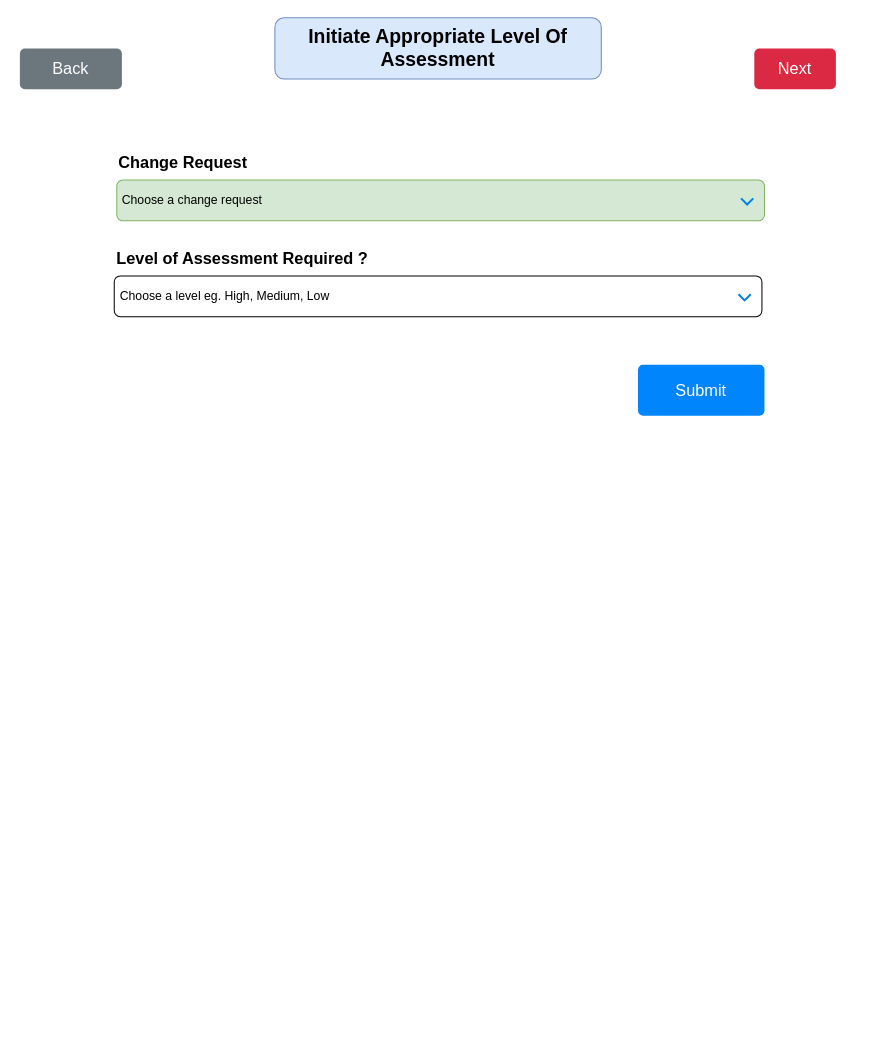
AvikM1996/draw.io keeps this draw.io diagram as page "Initiate Appropriate Level of Assessment" (7 of 9) of SQE.drawio. Above is the earlier version. Source tidied: cells renumbered, new cells numbered last; positions are measured from the earlier drawing's top-left corner, leaving out a move shared by most shapes. Both pictures are drawn from the tidied source at 102%, with x=0, y=0 at pixel (19, 17).
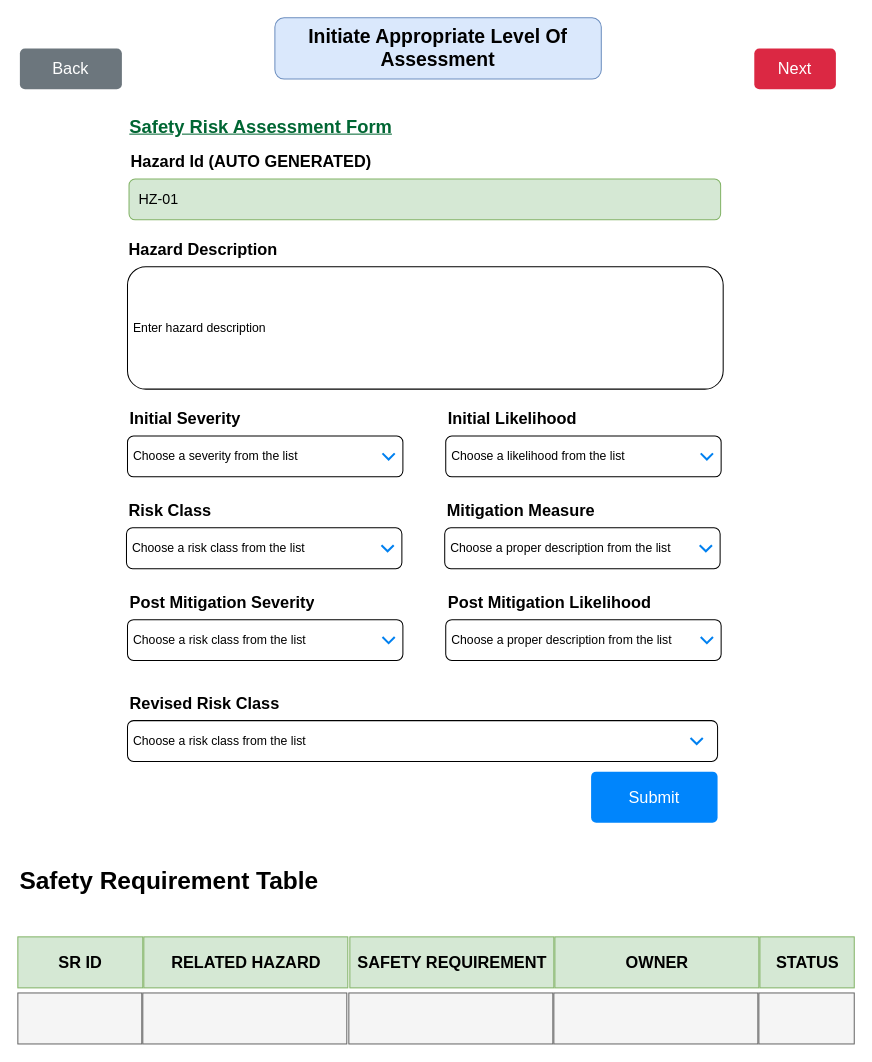
The same diagram, later.

The edit, as a diff of the source:
```diff
@@
-    <mxCell id="5" value="&lt;h1 style=&quot;margin-top: 0px;&quot;&gt;&lt;span style=&quot;font-size: 16px;&quot;&gt;Change Request&lt;/span&gt;&lt;/h1&gt;" style="text;html=1;whiteSpace=wrap;overflow=hidden;rounded=0;" parent="1" vertex="1">
-      <mxGeometry x="95" y="119" width="580" height="101" as="geometry" />
-    </mxCell>
-    <mxCell id="6" value="&amp;nbsp;Choose a change request" style="rounded=1;whiteSpace=wrap;html=1;align=left;fillColor=#d5e8d4;strokeColor=#82b366;" parent="1" vertex="1">
-      <mxGeometry x="95" y="159" width="635" height="40" as="geometry" />
-    </mxCell>
-    <mxCell id="7" style="html=1;verticalLabelPosition=bottom;labelBackgroundColor=#ffffff;verticalAlign=top;shadow=0;dashed=0;strokeWidth=2;shape=mxgraph.ios7.misc.down;strokeColor=#0080f0;" parent="1" vertex="1">
-      <mxGeometry x="707" y="177" width="12" height="6" as="geometry" />
-    </mxCell>
-    <mxCell id="8" value="&lt;h1 style=&quot;margin-top: 0px;&quot;&gt;&lt;span style=&quot;font-size: 16px;&quot;&gt;Level of Assessment Required ?&lt;/span&gt;&lt;/h1&gt;" style="text;html=1;whiteSpace=wrap;overflow=hidden;rounded=0;" parent="1" vertex="1">
-      <mxGeometry x="92.5" y="213" width="580" height="101" as="geometry" />
-    </mxCell>
-    <mxCell id="9" value="&amp;nbsp;Choose a level eg. High, Medium, Low" style="rounded=1;whiteSpace=wrap;html=1;align=left;" parent="1" vertex="1">
-      <mxGeometry x="92.5" y="253" width="635" height="40" as="geometry" />
-    </mxCell>
-    <mxCell id="10" style="html=1;verticalLabelPosition=bottom;labelBackgroundColor=#ffffff;verticalAlign=top;shadow=0;dashed=0;strokeWidth=2;shape=mxgraph.ios7.misc.down;strokeColor=#0080f0;" parent="1" vertex="1">
-      <mxGeometry x="704.5" y="271" width="12" height="6" as="geometry" />
-    </mxCell>
+    <mxCell id="12" value="&lt;b&gt;&lt;font style=&quot;font-size: 18px; color: rgb(0, 102, 51);&quot;&gt;&lt;u style=&quot;&quot;&gt;Safety Risk Assessment Form&lt;/u&gt;&lt;/font&gt;&lt;/b&gt;" style="text;html=1;align=center;verticalAlign=middle;strokeColor=none;fillColor=none;" parent="1" vertex="1">
+      <mxGeometry x="95.5" y="87" width="280" height="40" as="geometry" />
+    </mxCell>
+    <mxCell id="13" value="&lt;h1 style=&quot;margin-top: 0px;&quot;&gt;&lt;span style=&quot;font-size: 16px;&quot;&gt;Revised Risk Class&lt;/span&gt;&lt;/h1&gt;" style="text;html=1;whiteSpace=wrap;overflow=hidden;rounded=0;" parent="1" vertex="1">
+      <mxGeometry x="105.5" y="649" width="310" height="90" as="geometry" />
+    </mxCell>
+    <mxCell id="14" value="&amp;nbsp;Choose a risk class from the list" style="rounded=1;whiteSpace=wrap;html=1;align=left;" parent="1" vertex="1">
+      <mxGeometry x="105.5" y="689" width="578.5" height="40" as="geometry" />
+    </mxCell>
+    <mxCell id="15" value="&lt;h1 style=&quot;margin-top: 0px;&quot;&gt;&lt;span style=&quot;font-size: 16px;&quot;&gt;Initial Severity&lt;/span&gt;&lt;/h1&gt;" style="text;html=1;whiteSpace=wrap;overflow=hidden;rounded=0;" parent="1" vertex="1">
+      <mxGeometry x="105.5" y="370" width="310" height="90" as="geometry" />
+    </mxCell>
+    <mxCell id="16" value="&amp;nbsp;Choose a severity from the list" style="rounded=1;whiteSpace=wrap;html=1;align=left;" parent="1" vertex="1">
+      <mxGeometry x="105.5" y="410" width="270" height="40" as="geometry" />
+    </mxCell>
+    <mxCell id="17" style="html=1;verticalLabelPosition=bottom;labelBackgroundColor=#ffffff;verticalAlign=top;shadow=0;dashed=0;strokeWidth=2;shape=mxgraph.ios7.misc.down;strokeColor=#0080f0;" parent="1" vertex="1">
+      <mxGeometry x="355.5" y="427" width="12" height="6" as="geometry" />
+    </mxCell>
+    <mxCell id="18" value="&lt;h1 style=&quot;margin-top: 0px;&quot;&gt;&lt;span style=&quot;font-size: 16px;&quot;&gt;Hazard Description&lt;/span&gt;&lt;/h1&gt;" style="text;html=1;whiteSpace=wrap;overflow=hidden;rounded=0;" parent="1" vertex="1">
+      <mxGeometry x="104.5" y="204" width="310" height="90" as="geometry" />
+    </mxCell>
+    <mxCell id="19" value="&amp;nbsp;Enter hazard description" style="rounded=1;whiteSpace=wrap;html=1;align=left;" parent="1" vertex="1">
+      <mxGeometry x="105.5" y="244" width="584" height="120" as="geometry" />
+    </mxCell>
     <mxCell id="11" value="Submit" style="html=1;shadow=0;dashed=0;shape=mxgraph.bootstrap.rrect;rSize=5;strokeColor=none;strokeWidth=1;fillColor=#0085FC;fontColor=#FFFFFF;whiteSpace=wrap;align=center;verticalAlign=middle;spacingLeft=0;fontStyle=0;fontSize=16;spacing=5;" parent="1" vertex="1">
-      <mxGeometry x="606" y="340" width="124" height="50" as="geometry" />
+      <mxGeometry x="560" y="739" width="124" height="50" as="geometry" />
     </mxCell>
+    <mxCell id="20" style="html=1;verticalLabelPosition=bottom;labelBackgroundColor=#ffffff;verticalAlign=top;shadow=0;dashed=0;strokeWidth=2;shape=mxgraph.ios7.misc.down;strokeColor=#0080f0;" parent="1" vertex="1">
+      <mxGeometry x="657.5" y="706" width="12" height="6" as="geometry" />
+    </mxCell>
+    <mxCell id="21" value="&lt;h1 style=&quot;margin-top: 0px;&quot;&gt;&lt;span style=&quot;font-size: 16px;&quot;&gt;Hazard Id (AUTO GENERATED)&lt;/span&gt;&lt;/h1&gt;" style="text;html=1;whiteSpace=wrap;overflow=hidden;rounded=0;" parent="1" vertex="1">
+      <mxGeometry x="107" y="118" width="580" height="101" as="geometry" />
+    </mxCell>
+    <mxCell id="22" value="&lt;font style=&quot;font-size: 14px;&quot;&gt;&amp;nbsp; HZ-01&lt;/font&gt;" style="rounded=1;whiteSpace=wrap;html=1;align=left;fillColor=#d5e8d4;strokeColor=#82b366;" parent="1" vertex="1">
+      <mxGeometry x="107" y="158" width="580" height="40" as="geometry" />
+    </mxCell>
+    <mxCell id="23" value="&lt;h1 style=&quot;margin-top: 0px;&quot;&gt;&lt;span style=&quot;font-size: 16px;&quot;&gt;Initial Likelihood&lt;/span&gt;&lt;/h1&gt;" style="text;html=1;whiteSpace=wrap;overflow=hidden;rounded=0;" parent="1" vertex="1">
+      <mxGeometry x="417.5" y="370" width="310" height="90" as="geometry" />
+    </mxCell>
+    <mxCell id="24" value="&amp;nbsp;Choose a likelihood from the list" style="rounded=1;whiteSpace=wrap;html=1;align=left;" parent="1" vertex="1">
+      <mxGeometry x="417.5" y="410" width="270" height="40" as="geometry" />
+    </mxCell>
+    <mxCell id="25" style="html=1;verticalLabelPosition=bottom;labelBackgroundColor=#ffffff;verticalAlign=top;shadow=0;dashed=0;strokeWidth=2;shape=mxgraph.ios7.misc.down;strokeColor=#0080f0;" parent="1" vertex="1">
+      <mxGeometry x="667.5" y="427" width="12" height="6" as="geometry" />
+    </mxCell>
+    <mxCell id="26" value="&lt;h1 style=&quot;margin-top: 0px;&quot;&gt;&lt;span style=&quot;font-size: 16px;&quot;&gt;Risk Class&lt;/span&gt;&lt;/h1&gt;" style="text;html=1;whiteSpace=wrap;overflow=hidden;rounded=0;" parent="1" vertex="1">
+      <mxGeometry x="104.5" y="460" width="310" height="90" as="geometry" />
+    </mxCell>
+    <mxCell id="27" value="&amp;nbsp;Choose a risk class from the list" style="rounded=1;whiteSpace=wrap;html=1;align=left;" parent="1" vertex="1">
+      <mxGeometry x="104.5" y="500" width="270" height="40" as="geometry" />
+    </mxCell>
+    <mxCell id="28" style="html=1;verticalLabelPosition=bottom;labelBackgroundColor=#ffffff;verticalAlign=top;shadow=0;dashed=0;strokeWidth=2;shape=mxgraph.ios7.misc.down;strokeColor=#0080f0;" parent="1" vertex="1">
+      <mxGeometry x="354.5" y="517" width="12" height="6" as="geometry" />
+    </mxCell>
+    <mxCell id="29" value="&lt;h1 style=&quot;margin-top: 0px;&quot;&gt;&lt;span style=&quot;font-size: 16px;&quot;&gt;Mitigation Measure&lt;/span&gt;&lt;/h1&gt;" style="text;html=1;whiteSpace=wrap;overflow=hidden;rounded=0;" parent="1" vertex="1">
+      <mxGeometry x="416.5" y="460" width="310" height="90" as="geometry" />
+    </mxCell>
+    <mxCell id="30" value="&amp;nbsp;Choose a proper description from the list" style="rounded=1;whiteSpace=wrap;html=1;align=left;" parent="1" vertex="1">
+      <mxGeometry x="416.5" y="500" width="270" height="40" as="geometry" />
+    </mxCell>
+    <mxCell id="31" style="html=1;verticalLabelPosition=bottom;labelBackgroundColor=#ffffff;verticalAlign=top;shadow=0;dashed=0;strokeWidth=2;shape=mxgraph.ios7.misc.down;strokeColor=#0080f0;" parent="1" vertex="1">
+      <mxGeometry x="666.5" y="517" width="12" height="6" as="geometry" />
+    </mxCell>
+    <mxCell id="32" value="&lt;h1 style=&quot;margin-top: 0px;&quot;&gt;&lt;span style=&quot;font-size: 16px;&quot;&gt;Post Mitigation Severity&lt;/span&gt;&lt;/h1&gt;" style="text;html=1;whiteSpace=wrap;overflow=hidden;rounded=0;" parent="1" vertex="1">
+      <mxGeometry x="105.5" y="550" width="310" height="90" as="geometry" />
+    </mxCell>
+    <mxCell id="33" value="&amp;nbsp;Choose a risk class from the list" style="rounded=1;whiteSpace=wrap;html=1;align=left;" parent="1" vertex="1">
+      <mxGeometry x="105.5" y="590" width="270" height="40" as="geometry" />
+    </mxCell>
+    <mxCell id="34" style="html=1;verticalLabelPosition=bottom;labelBackgroundColor=#ffffff;verticalAlign=top;shadow=0;dashed=0;strokeWidth=2;shape=mxgraph.ios7.misc.down;strokeColor=#0080f0;" parent="1" vertex="1">
+      <mxGeometry x="355.5" y="607" width="12" height="6" as="geometry" />
+    </mxCell>
+    <mxCell id="35" value="&lt;h1 style=&quot;margin-top: 0px;&quot;&gt;&lt;span style=&quot;font-size: 16px;&quot;&gt;Post Mitigation Likelihood&lt;/span&gt;&lt;/h1&gt;" style="text;html=1;whiteSpace=wrap;overflow=hidden;rounded=0;" parent="1" vertex="1">
+      <mxGeometry x="417.5" y="550" width="310" height="90" as="geometry" />
+    </mxCell>
+    <mxCell id="36" value="&amp;nbsp;Choose a proper description from the list" style="rounded=1;whiteSpace=wrap;html=1;align=left;" parent="1" vertex="1">
+      <mxGeometry x="417.5" y="590" width="270" height="40" as="geometry" />
+    </mxCell>
+    <mxCell id="37" style="html=1;verticalLabelPosition=bottom;labelBackgroundColor=#ffffff;verticalAlign=top;shadow=0;dashed=0;strokeWidth=2;shape=mxgraph.ios7.misc.down;strokeColor=#0080f0;" parent="1" vertex="1">
+      <mxGeometry x="667.5" y="607" width="12" height="6" as="geometry" />
+    </mxCell>
+    <mxCell id="38" value="&lt;h1 style=&quot;margin-top: 0px;&quot;&gt;Safety Requirement Table&lt;/h1&gt;" style="text;html=1;whiteSpace=wrap;overflow=hidden;rounded=0;" parent="1" vertex="1">
+      <mxGeometry x="-2" y="826" width="780" height="60" as="geometry" />
+    </mxCell>
+    <mxCell id="39" value="&lt;b&gt;&lt;font style=&quot;font-size: 16px;&quot;&gt;SR ID&lt;/font&gt;&lt;/b&gt;" style="rounded=0;whiteSpace=wrap;html=1;fillColor=#d5e8d4;strokeColor=#82b366;" parent="1" vertex="1">
+      <mxGeometry x="-2" y="901" width="122.5" height="50" as="geometry" />
+    </mxCell>
+    <mxCell id="40" value="&lt;b&gt;&lt;font style=&quot;font-size: 16px;&quot;&gt;RELATED HAZARD&lt;/font&gt;&lt;/b&gt;" style="rounded=0;whiteSpace=wrap;html=1;fillColor=#d5e8d4;strokeColor=#82b366;" parent="1" vertex="1">
+      <mxGeometry x="121.5" y="901" width="200" height="50" as="geometry" />
+    </mxCell>
+    <mxCell id="41" value="&lt;b&gt;&lt;font style=&quot;font-size: 16px;&quot;&gt;SAFETY REQUIREMENT&lt;/font&gt;&lt;/b&gt;" style="rounded=0;whiteSpace=wrap;html=1;fillColor=#d5e8d4;strokeColor=#82b366;" parent="1" vertex="1">
+      <mxGeometry x="323.5" y="901" width="200" height="50" as="geometry" />
+    </mxCell>
+    <mxCell id="42" value="&lt;b&gt;&lt;font style=&quot;font-size: 16px;&quot;&gt;OWNER&lt;/font&gt;&lt;/b&gt;" style="rounded=0;whiteSpace=wrap;html=1;fillColor=#d5e8d4;strokeColor=#82b366;" parent="1" vertex="1">
+      <mxGeometry x="524.5" y="901" width="200" height="50" as="geometry" />
+    </mxCell>
+    <mxCell id="43" value="&lt;b&gt;&lt;font style=&quot;font-size: 16px;&quot;&gt;STATUS&lt;/font&gt;&lt;/b&gt;" style="rounded=0;whiteSpace=wrap;html=1;fillColor=#d5e8d4;strokeColor=#82b366;" parent="1" vertex="1">
+      <mxGeometry x="725.5" y="901" width="92.5" height="50" as="geometry" />
+    </mxCell>
+    <mxCell id="44" style="rounded=0;whiteSpace=wrap;html=1;fillColor=#f5f5f5;strokeColor=#666666;fontColor=#333333;" parent="1" vertex="1">
+      <mxGeometry x="-2" y="956" width="121.5" height="50" as="geometry" />
+    </mxCell>
+    <mxCell id="45" style="rounded=0;whiteSpace=wrap;html=1;fillColor=#f5f5f5;strokeColor=#666666;fontColor=#333333;" parent="1" vertex="1">
+      <mxGeometry x="120.5" y="956" width="200" height="50" as="geometry" />
+    </mxCell>
+    <mxCell id="46" style="rounded=0;whiteSpace=wrap;html=1;fillColor=#f5f5f5;strokeColor=#666666;fontColor=#333333;" parent="1" vertex="1">
+      <mxGeometry x="322.5" y="956" width="200" height="50" as="geometry" />
+    </mxCell>
+    <mxCell id="47" style="rounded=0;whiteSpace=wrap;html=1;fillColor=#f5f5f5;strokeColor=#666666;fontColor=#333333;" parent="1" vertex="1">
+      <mxGeometry x="523.5" y="956" width="200" height="50" as="geometry" />
+    </mxCell>
+    <mxCell id="48" style="rounded=0;whiteSpace=wrap;html=1;fillColor=#f5f5f5;strokeColor=#666666;fontColor=#333333;" parent="1" vertex="1">
+      <mxGeometry x="724.5" y="956" width="93.5" height="50" as="geometry" />
+    </mxCell>
```
